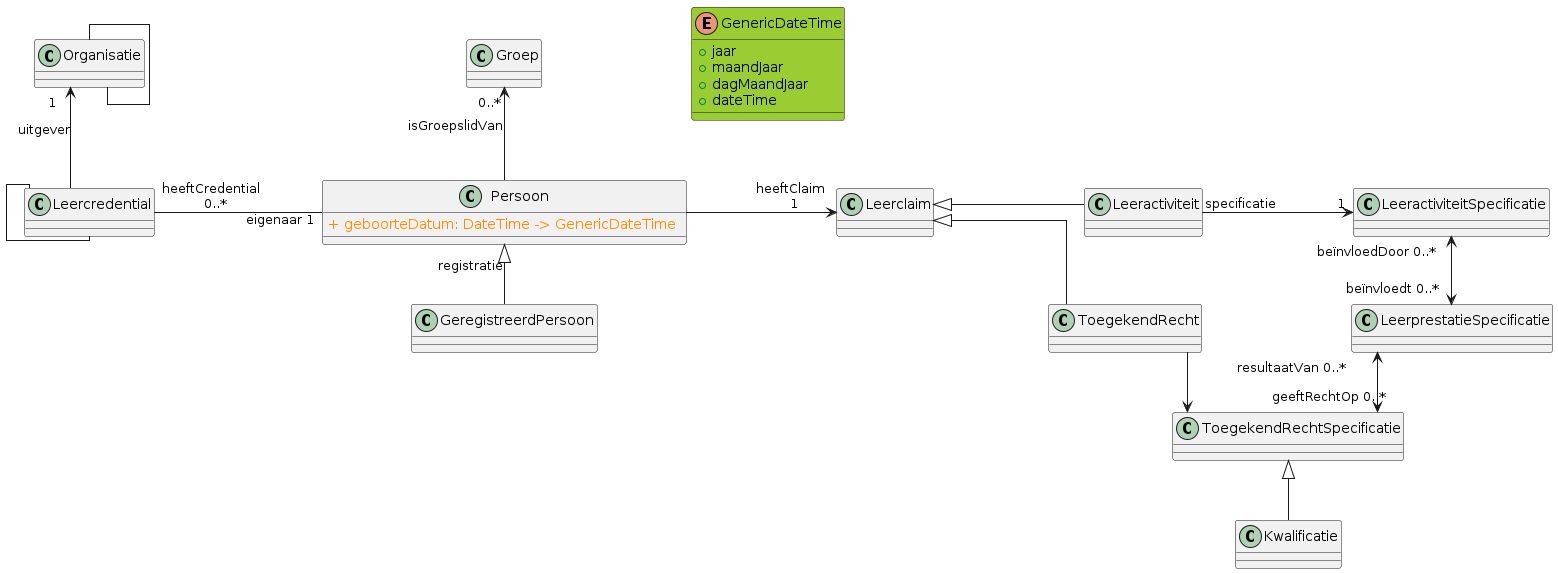
Above: resources/plantuml/changed_new_datatype.png in Informatievlaanderen/OSLOthema-Leerinschrijfcredential (PlantUML), before the change. The source it was exported from:
```plantuml
@startuml
skinparam nodesep 150
skinparam linetype ortho
allowmixing

class Persoon {
    <color:DarkOrange>+ geboorteDatum: DateTime -> GenericDateTime </color>
}
class Groep
class Leercredential
together{
    class Leeractiviteit
    class ToegekendRecht
}
class GeregistreerdPersoon
class Organisatie
class Leerclaim
class LeeractiviteitSpecificatie
class LeerprestatieSpecificatie
class ToegekendRechtSpecificatie
class Kwalificatie

enum GenericDateTime #yellowgreen {
    + jaar
    + maandJaar
    + dagMaandJaar
    + dateTime
}

node a
hide a

Persoon <|-- GeregistreerdPersoon: " registratie"
Groep "0..*" <-- Persoon: "isGroepslidVan"
Leercredential  --  Leercredential
Leercredential "heeftCredential \n 0..*"-r-"\t\t eigenaar 1" Persoon
Organisatie "1  " <--  Leercredential: "uitgever"
Organisatie  --  Organisatie

Persoon -r->"heeftClaim \n 1" Leerclaim
Leeractiviteit -[hidden]- ToegekendRecht
Leerclaim <|-r- Leeractiviteit
Leerclaim <|-r- ToegekendRecht


Leeractiviteit -r-> "1" LeeractiviteitSpecificatie: "specificatie"
LeeractiviteitSpecificatie "beïnvloedDoor 0..*" <--> "beïnvloedt 0..*"LeerprestatieSpecificatie
LeerprestatieSpecificatie "resultaatVan 0..*" <--> "geeftRechtOp 0..*" ToegekendRechtSpecificatie

ToegekendRecht -r-> ToegekendRechtSpecificatie
ToegekendRechtSpecificatie <|-- Kwalificatie




@enduml
```
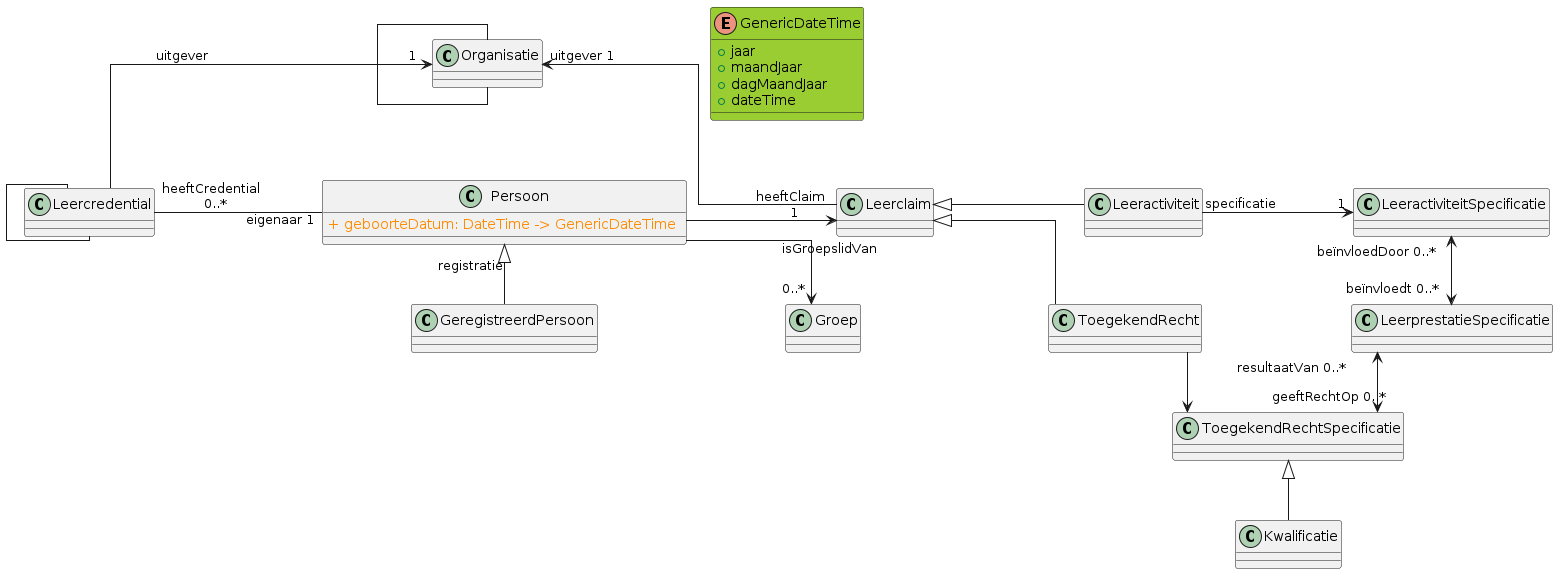
After the change.

The edit, as a diff of the source:
```diff
@@ -30,6 +30,10 @@
 node a
 hide a
 
+
+Leerclaim  -[hidden]- Groep
+Organisatie "uitgever 1" <-- Leerclaim
+
 Persoon <|-- GeregistreerdPersoon: " registratie"
 Groep "0..*" <-- Persoon: "isGroepslidVan"
 Leercredential  --  Leercredential
```
